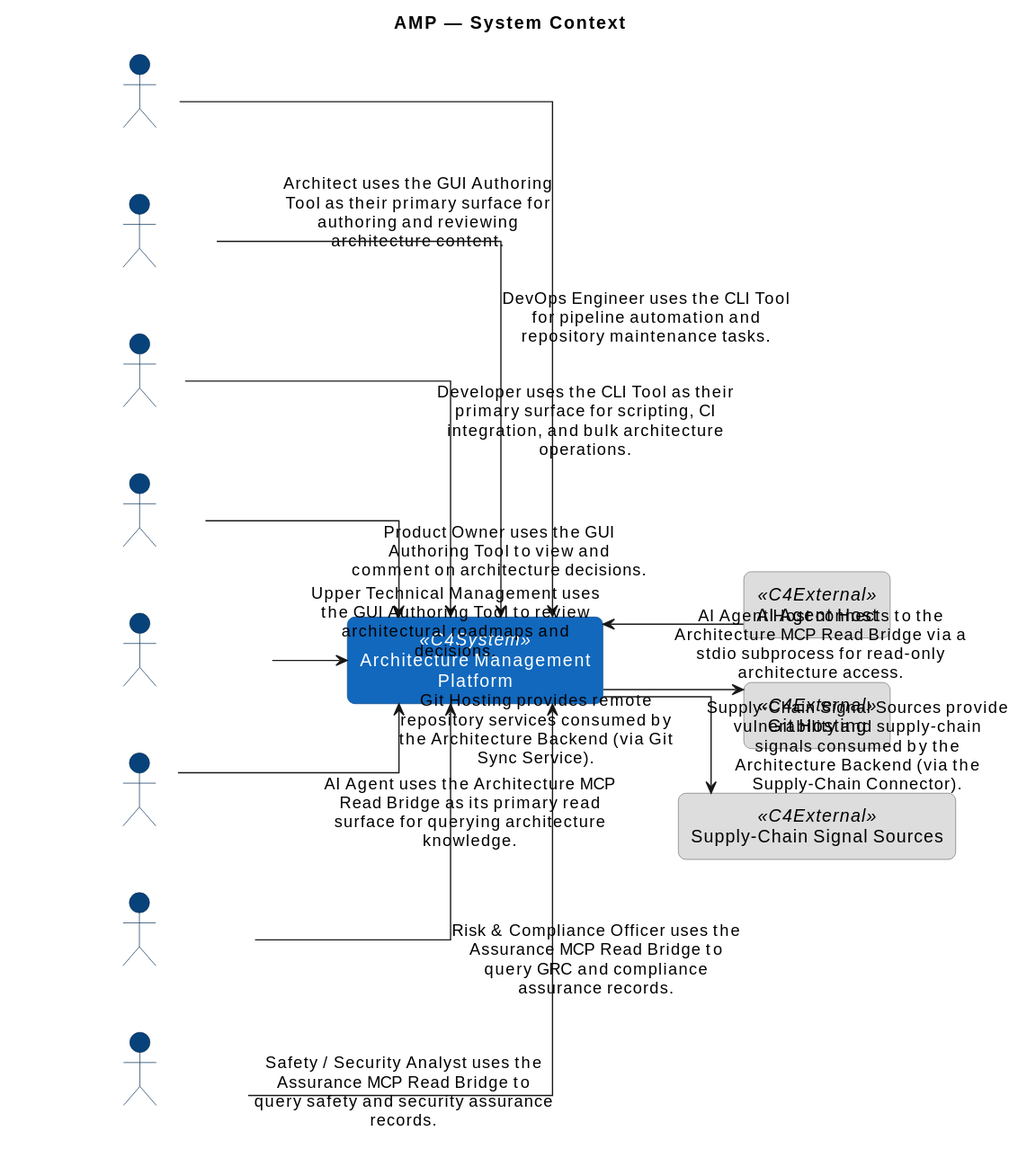
The PlantUML diagram engagements/ENG-ARCH-REPO/architecture-repository/diagram-catalog/rendered/CSC@1780829783.z8RRON.amp-system-context.svg in mbauer83/assisted-architecture-management, before a commit. The source it was exported from:
```plantuml
@startuml
left to right direction
skinparam shadowing false
skinparam linetype ortho
skinparam defaultTextAlignment center
skinparam wrapWidth 240
skinparam maxMessageSize 240
skinparam rectangle {
  RoundCorner 12
  Padding 10
}
skinparam actor {
  BackgroundColor #08427b
  BorderColor #052e56
  FontColor white
}
skinparam rectangle<<C4System>> {
  BackgroundColor #1168bd
  BorderColor #0b4884
  FontColor white
}
skinparam rectangle<<C4Container>> {
  BackgroundColor #438dd5
  BorderColor #2f6da6
  FontColor white
}
skinparam rectangle<<C4Component>> {
  BackgroundColor #85bbf0
  BorderColor #5e98c8
  FontColor black
}
skinparam rectangle<<C4External>> {
  BackgroundColor #dddddd
  BorderColor #777777
  FontColor black
}

title AMP — System Context

rectangle "Architecture Management Platform" <<C4System>> as APP_hkrdtm

actor "Architect" as ACT_Nn7Oo7
actor "DevOps Engineer" as ACT_OLWiNc
actor "Developer" as ACT_Pp8Qq8
actor "Product Owner" as ACT_Rr9Ss9
actor "Upper Technical Management" as ACT_Ut1Vv1
rectangle "AI Agent Host" <<C4External>> as APP_v6AXNw
rectangle "Git Hosting" <<C4External>> as APP_Je9pmw
rectangle "Supply-Chain Signal Sources" <<C4External>> as APP_JqIBPJ
actor "AI Agent" as ROL_udXPfB
actor "Risk & Compliance Officer" as ROL_abNYhO
actor "Safety / Security Analyst" as ROL_yswDMB

ACT_Nn7Oo7 -[hidden]right- ACT_OLWiNc
ACT_OLWiNc -[hidden]right- ACT_Pp8Qq8
ACT_Pp8Qq8 -[hidden]right- ACT_Rr9Ss9
ACT_Rr9Ss9 -[hidden]right- ACT_Ut1Vv1
ACT_Ut1Vv1 -[hidden]right- ROL_udXPfB
ROL_udXPfB -[hidden]right- ROL_abNYhO
ROL_abNYhO -[hidden]right- ROL_yswDMB
ROL_yswDMB -[hidden]right- APP_hkrdtm
APP_hkrdtm -[hidden]right- APP_v6AXNw
APP_v6AXNw -[hidden]right- APP_Je9pmw
APP_Je9pmw -[hidden]right- APP_JqIBPJ


ACT_Nn7Oo7 --> APP_hkrdtm : Architect uses the GUI Authoring Tool as their primary surface for authoring and reviewing architecture content.
ACT_OLWiNc --> APP_hkrdtm : DevOps Engineer uses the CLI Tool for pipeline automation and repository maintenance tasks.
ACT_Pp8Qq8 --> APP_hkrdtm : Developer uses the CLI Tool as their primary surface for scripting, CI integration, and bulk architecture operations.
ACT_Rr9Ss9 --> APP_hkrdtm : Product Owner uses the GUI Authoring Tool to view and comment on architecture decisions.
ACT_Ut1Vv1 --> APP_hkrdtm : Upper Technical Management uses the GUI Authoring Tool to review architectural roadmaps and decisions.
APP_v6AXNw --> APP_hkrdtm : AI Agent Host connects to the Architecture MCP Read Bridge via a stdio subprocess for read-only architecture access.
APP_hkrdtm --> APP_Je9pmw : Git Hosting provides remote repository services consumed by the Architecture Backend (via Git Sync Service).
APP_hkrdtm --> APP_JqIBPJ : Supply-Chain Signal Sources provide vulnerability and supply-chain signals consumed by the Architecture Backend (via the Supply-Chain Connector).
ROL_udXPfB --> APP_hkrdtm : AI Agent uses the Architecture MCP Read Bridge as its primary read surface for querying architecture knowledge.
ROL_abNYhO --> APP_hkrdtm : Risk & Compliance Officer uses the Assurance MCP Read Bridge to query GRC and compliance assurance records.
ROL_yswDMB --> APP_hkrdtm : Safety / Security Analyst uses the Assurance MCP Read Bridge to query safety and security assurance records.
@enduml
```
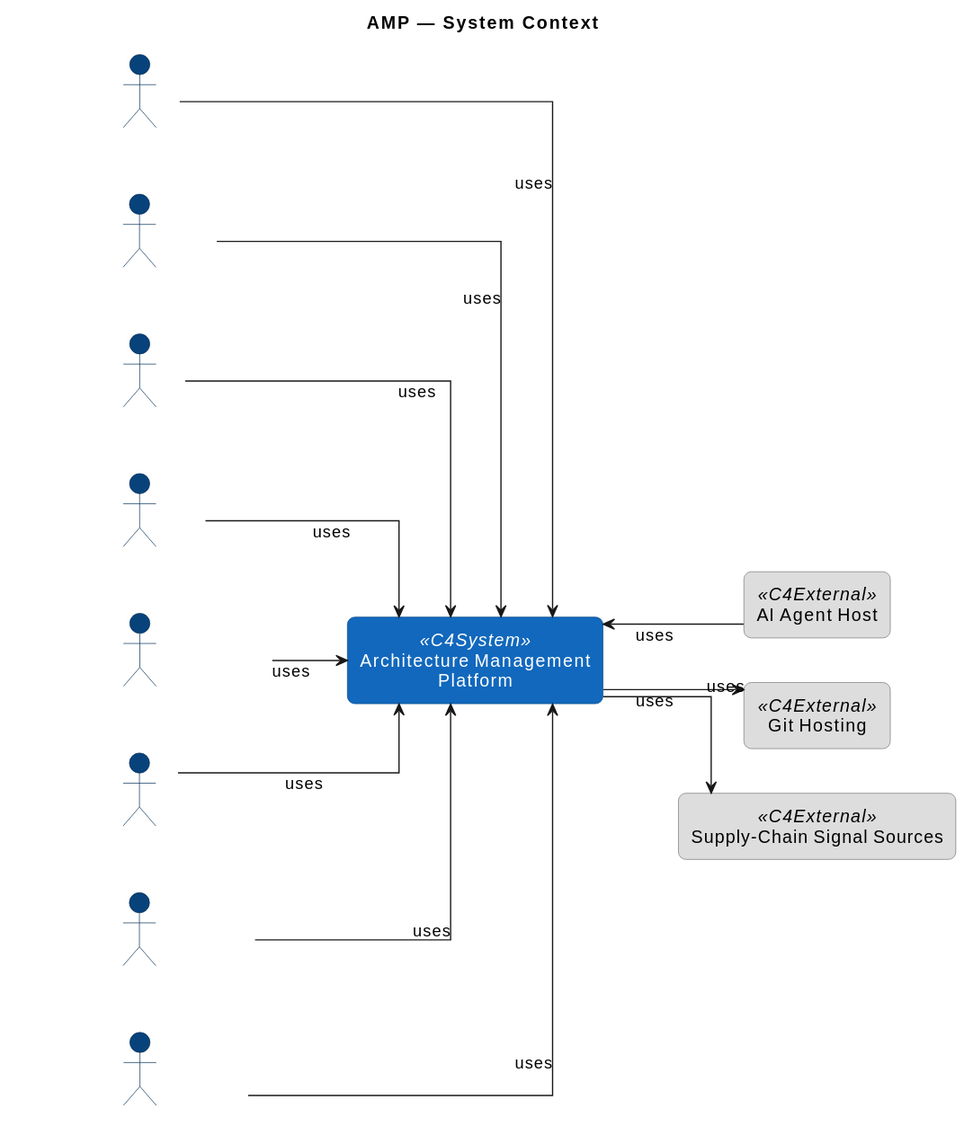
After the change.

The edit, as a diff of the source:
```diff
@@ -64,15 +64,15 @@
 APP_Je9pmw -[hidden]right- APP_JqIBPJ
 
 
-ACT_Nn7Oo7 --> APP_hkrdtm : Architect uses the GUI Authoring Tool as their primary surface for authoring and reviewing architecture content.
-ACT_OLWiNc --> APP_hkrdtm : DevOps Engineer uses the CLI Tool for pipeline automation and repository maintenance tasks.
-ACT_Pp8Qq8 --> APP_hkrdtm : Developer uses the CLI Tool as their primary surface for scripting, CI integration, and bulk architecture operations.
-ACT_Rr9Ss9 --> APP_hkrdtm : Product Owner uses the GUI Authoring Tool to view and comment on architecture decisions.
-ACT_Ut1Vv1 --> APP_hkrdtm : Upper Technical Management uses the GUI Authoring Tool to review architectural roadmaps and decisions.
-APP_v6AXNw --> APP_hkrdtm : AI Agent Host connects to the Architecture MCP Read Bridge via a stdio subprocess for read-only architecture access.
-APP_hkrdtm --> APP_Je9pmw : Git Hosting provides remote repository services consumed by the Architecture Backend (via Git Sync Service).
-APP_hkrdtm --> APP_JqIBPJ : Supply-Chain Signal Sources provide vulnerability and supply-chain signals consumed by the Architecture Backend (via the Supply-Chain Connector).
-ROL_udXPfB --> APP_hkrdtm : AI Agent uses the Architecture MCP Read Bridge as its primary read surface for querying architecture knowledge.
-ROL_abNYhO --> APP_hkrdtm : Risk & Compliance Officer uses the Assurance MCP Read Bridge to query GRC and compliance assurance records.
-ROL_yswDMB --> APP_hkrdtm : Safety / Security Analyst uses the Assurance MCP Read Bridge to query safety and security assurance records.
+ACT_Nn7Oo7 --> APP_hkrdtm : uses
+ACT_OLWiNc --> APP_hkrdtm : uses
+ACT_Pp8Qq8 --> APP_hkrdtm : uses
+ACT_Rr9Ss9 --> APP_hkrdtm : uses
+ACT_Ut1Vv1 --> APP_hkrdtm : uses
+APP_v6AXNw --> APP_hkrdtm : uses
+APP_hkrdtm --> APP_Je9pmw : uses
+APP_hkrdtm --> APP_JqIBPJ : uses
+ROL_udXPfB --> APP_hkrdtm : uses
+ROL_abNYhO --> APP_hkrdtm : uses
+ROL_yswDMB --> APP_hkrdtm : uses
 @enduml
```
